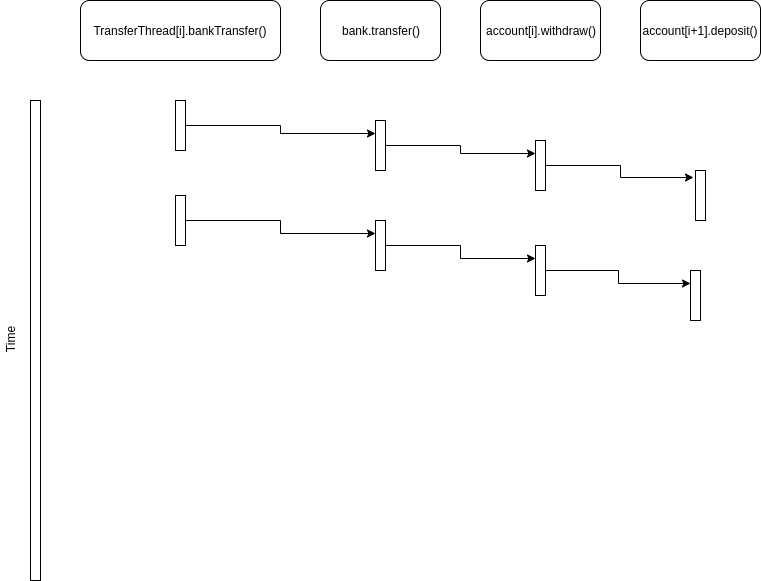
Above: Task_1.png in ChristopherBilg/banksim-02-mody-bilger (draw.io), before the change. Source tidied: cells renumbered, new cells last; positions are measured from the earlier drawing's top-left corner, leaving out a move shared by most shapes. Source of this version:
```xml
<mxGraphModel background="#ffffff">
  <root>
    <mxCell id="0" />
    <mxCell id="1" parent="0" />
    <mxCell id="2" value="TransferThread[i].bankTransfer()" style="rounded=1;whiteSpace=wrap;html=1;" parent="1" vertex="1">
      <mxGeometry x="90" width="200" height="60" as="geometry" />
    </mxCell>
    <mxCell id="3" value="bank.transfer()" style="rounded=1;whiteSpace=wrap;html=1;" parent="1" vertex="1">
      <mxGeometry x="330" width="120" height="60" as="geometry" />
    </mxCell>
    <mxCell id="4" value="account[i].withdraw()" style="rounded=1;whiteSpace=wrap;html=1;" parent="1" vertex="1">
      <mxGeometry x="490" width="120" height="60" as="geometry" />
    </mxCell>
    <mxCell id="5" style="rounded=0;whiteSpace=wrap;html=1;" parent="1" vertex="1">
      <mxGeometry x="40" y="100" width="10" height="480" as="geometry" />
    </mxCell>
    <mxCell id="6" value="Time" style="text;html=1;strokeColor=none;fillColor=none;align=center;verticalAlign=middle;whiteSpace=wrap;rounded=0;rotation=-90;" parent="1" vertex="1">
      <mxGeometry y="330" width="40" height="20" as="geometry" />
    </mxCell>
    <mxCell id="7" value="account[i+1].deposit()" style="rounded=1;whiteSpace=wrap;html=1;" parent="1" vertex="1">
      <mxGeometry x="650" width="120" height="60" as="geometry" />
    </mxCell>
    <mxCell id="8" style="edgeStyle=orthogonalEdgeStyle;rounded=0;jettySize=auto;html=1;exitX=1;exitY=0.5;exitDx=0;exitDy=0;entryX=0;entryY=0.25;entryDx=0;entryDy=0;" parent="1" edge="1" source="9" target="11">
      <mxGeometry relative="1" as="geometry" />
    </mxCell>
    <mxCell id="9" style="rounded=0;whiteSpace=wrap;html=1;" parent="1" vertex="1">
      <mxGeometry x="185" y="100" width="10" height="50" as="geometry" />
    </mxCell>
    <mxCell id="10" style="edgeStyle=orthogonalEdgeStyle;rounded=0;jettySize=auto;html=1;exitX=1;exitY=0.5;exitDx=0;exitDy=0;entryX=0;entryY=0.25;entryDx=0;entryDy=0;" parent="1" edge="1" source="11" target="13">
      <mxGeometry relative="1" as="geometry" />
    </mxCell>
    <mxCell id="11" style="rounded=0;whiteSpace=wrap;html=1;" parent="1" vertex="1">
      <mxGeometry x="385" y="120" width="10" height="50" as="geometry" />
    </mxCell>
    <mxCell id="12" style="edgeStyle=orthogonalEdgeStyle;rounded=0;jettySize=auto;html=1;exitX=1;exitY=0.5;exitDx=0;exitDy=0;entryX=-0.2;entryY=0.14;entryDx=0;entryDy=0;entryPerimeter=0;" parent="1" edge="1" source="13" target="14">
      <mxGeometry relative="1" as="geometry" />
    </mxCell>
    <mxCell id="13" style="rounded=0;whiteSpace=wrap;html=1;" parent="1" vertex="1">
      <mxGeometry x="545" y="140" width="10" height="50" as="geometry" />
    </mxCell>
    <mxCell id="14" style="rounded=0;whiteSpace=wrap;html=1;" parent="1" vertex="1">
      <mxGeometry x="705" y="170" width="10" height="50" as="geometry" />
    </mxCell>
    <mxCell id="15" style="edgeStyle=orthogonalEdgeStyle;rounded=0;jettySize=auto;html=1;exitX=1;exitY=0.5;exitDx=0;exitDy=0;entryX=0;entryY=0.25;entryDx=0;entryDy=0;" parent="1" edge="1" source="16" target="18">
      <mxGeometry relative="1" as="geometry" />
    </mxCell>
    <mxCell id="16" style="rounded=0;whiteSpace=wrap;html=1;" parent="1" vertex="1">
      <mxGeometry x="185" y="195" width="10" height="50" as="geometry" />
    </mxCell>
    <mxCell id="17" style="edgeStyle=orthogonalEdgeStyle;rounded=0;jettySize=auto;html=1;exitX=1;exitY=0.5;exitDx=0;exitDy=0;entryX=0;entryY=0.25;entryDx=0;entryDy=0;" parent="1" edge="1" source="18" target="20">
      <mxGeometry relative="1" as="geometry" />
    </mxCell>
    <mxCell id="18" style="rounded=0;whiteSpace=wrap;html=1;" parent="1" vertex="1">
      <mxGeometry x="385" y="220" width="10" height="50" as="geometry" />
    </mxCell>
    <mxCell id="19" style="edgeStyle=orthogonalEdgeStyle;rounded=0;jettySize=auto;html=1;exitX=1;exitY=0.5;exitDx=0;exitDy=0;entryX=0;entryY=0.25;entryDx=0;entryDy=0;" parent="1" edge="1" source="20" target="21">
      <mxGeometry relative="1" as="geometry" />
    </mxCell>
    <mxCell id="20" style="rounded=0;whiteSpace=wrap;html=1;" parent="1" vertex="1">
      <mxGeometry x="545" y="245" width="10" height="50" as="geometry" />
    </mxCell>
    <mxCell id="21" style="rounded=0;whiteSpace=wrap;html=1;" parent="1" vertex="1">
      <mxGeometry x="700" y="270" width="10" height="50" as="geometry" />
    </mxCell>
  </root>
</mxGraphModel>
```
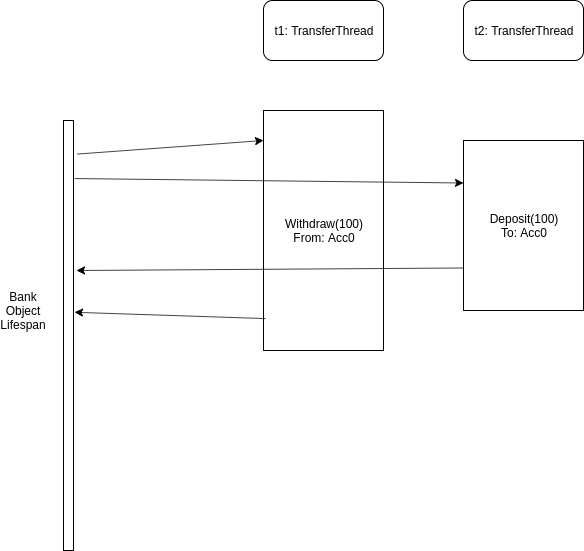
Above is the later version.

The edit, as a diff of the source:
```diff
@@ -1,66 +1,38 @@
-<mxGraphModel background="#ffffff">
+<mxGraphModel>
   <root>
     <mxCell id="0" />
     <mxCell id="1" parent="0" />
-    <mxCell id="2" value="TransferThread[i].bankTransfer()" style="rounded=1;whiteSpace=wrap;html=1;" parent="1" vertex="1">
-      <mxGeometry x="90" width="200" height="60" as="geometry" />
+    <mxCell id="2" value="t1: TransferThread" style="rounded=1;whiteSpace=wrap;html=1;" parent="1" vertex="1">
+      <mxGeometry x="50" y="30" width="120" height="60" as="geometry" />
     </mxCell>
-    <mxCell id="3" value="bank.transfer()" style="rounded=1;whiteSpace=wrap;html=1;" parent="1" vertex="1">
-      <mxGeometry x="330" width="120" height="60" as="geometry" />
+    <mxCell id="3" value="t2: TransferThread" style="rounded=1;whiteSpace=wrap;html=1;" parent="1" vertex="1">
+      <mxGeometry x="250" y="30" width="120" height="60" as="geometry" />
     </mxCell>
-    <mxCell id="4" value="account[i].withdraw()" style="rounded=1;whiteSpace=wrap;html=1;" parent="1" vertex="1">
-      <mxGeometry x="490" width="120" height="60" as="geometry" />
+    <mxCell id="4" style="rounded=0;whiteSpace=wrap;html=1;" parent="1" vertex="1">
+      <mxGeometry x="-150" y="150" width="10" height="430" as="geometry" />
     </mxCell>
-    <mxCell id="5" style="rounded=0;whiteSpace=wrap;html=1;" parent="1" vertex="1">
-      <mxGeometry x="40" y="100" width="10" height="480" as="geometry" />
+    <mxCell id="5" value="Bank Object Lifespan" style="text;html=1;strokeColor=none;fillColor=none;align=center;verticalAlign=middle;whiteSpace=wrap;rounded=0;" parent="1" vertex="1">
+      <mxGeometry x="-210" y="330" width="40" height="20" as="geometry" />
     </mxCell>
-    <mxCell id="6" value="Time" style="text;html=1;strokeColor=none;fillColor=none;align=center;verticalAlign=middle;whiteSpace=wrap;rounded=0;rotation=-90;" parent="1" vertex="1">
-      <mxGeometry y="330" width="40" height="20" as="geometry" />
+    <mxCell id="6" value="Withdraw(100)&lt;br&gt;From: Acc0" style="rounded=0;whiteSpace=wrap;html=1;" parent="1" vertex="1">
+      <mxGeometry x="50" y="140" width="120" height="240" as="geometry" />
     </mxCell>
-    <mxCell id="7" value="account[i+1].deposit()" style="rounded=1;whiteSpace=wrap;html=1;" parent="1" vertex="1">
-      <mxGeometry x="650" width="120" height="60" as="geometry" />
+    <mxCell id="7" value="Deposit(100)&lt;br&gt;To: Acc0" style="rounded=0;whiteSpace=wrap;html=1;" parent="1" vertex="1">
+      <mxGeometry x="250" y="170" width="120" height="170" as="geometry" />
     </mxCell>
-    <mxCell id="8" style="edgeStyle=orthogonalEdgeStyle;rounded=0;jettySize=auto;html=1;exitX=1;exitY=0.5;exitDx=0;exitDy=0;entryX=0;entryY=0.25;entryDx=0;entryDy=0;" parent="1" edge="1" source="9" target="11">
+    <mxCell id="8" style="endArrow=classic;html=1;exitX=1.4;exitY=0.078;exitDx=0;exitDy=0;exitPerimeter=0;entryX=0;entryY=0.125;entryDx=0;entryDy=0;entryPerimeter=0;" parent="1" edge="1" source="4" target="6">
       <mxGeometry relative="1" as="geometry" />
     </mxCell>
-    <mxCell id="9" style="rounded=0;whiteSpace=wrap;html=1;" parent="1" vertex="1">
-      <mxGeometry x="185" y="100" width="10" height="50" as="geometry" />
+    <mxCell id="9" style="endArrow=classic;html=1;exitX=0.017;exitY=0.867;exitDx=0;exitDy=0;entryX=1.1;entryY=0.446;entryDx=0;entryDy=0;entryPerimeter=0;exitPerimeter=0;" parent="1" edge="1" source="6" target="4">
+      <mxGeometry relative="1" as="geometry" />
     </mxCell>
-    <mxCell id="10" style="edgeStyle=orthogonalEdgeStyle;rounded=0;jettySize=auto;html=1;exitX=1;exitY=0.5;exitDx=0;exitDy=0;entryX=0;entryY=0.25;entryDx=0;entryDy=0;" parent="1" edge="1" source="11" target="13">
+    <mxCell id="10" style="endArrow=classic;html=1;exitX=1.1;exitY=0.135;exitDx=0;exitDy=0;exitPerimeter=0;entryX=0;entryY=0.25;entryDx=0;entryDy=0;" parent="1" edge="1" source="4" target="7">
       <mxGeometry relative="1" as="geometry" />
     </mxCell>
-    <mxCell id="11" style="rounded=0;whiteSpace=wrap;html=1;" parent="1" vertex="1">
-      <mxGeometry x="385" y="120" width="10" height="50" as="geometry" />
+    <mxCell id="11" style="endArrow=classic;html=1;exitX=0;exitY=0.75;exitDx=0;exitDy=0;" parent="1" edge="1" source="7">
+      <mxGeometry relative="1" as="geometry">
+        <mxPoint x="-137" y="300" as="targetPoint" />
+      </mxGeometry>
     </mxCell>
-    <mxCell id="12" style="edgeStyle=orthogonalEdgeStyle;rounded=0;jettySize=auto;html=1;exitX=1;exitY=0.5;exitDx=0;exitDy=0;entryX=-0.2;entryY=0.14;entryDx=0;entryDy=0;entryPerimeter=0;" parent="1" edge="1" source="13" target="14">
-      <mxGeometry relative="1" as="geometry" />
-    </mxCell>
-    <mxCell id="13" style="rounded=0;whiteSpace=wrap;html=1;" parent="1" vertex="1">
-      <mxGeometry x="545" y="140" width="10" height="50" as="geometry" />
-    </mxCell>
-    <mxCell id="14" style="rounded=0;whiteSpace=wrap;html=1;" parent="1" vertex="1">
-      <mxGeometry x="705" y="170" width="10" height="50" as="geometry" />
-    </mxCell>
-    <mxCell id="15" style="edgeStyle=orthogonalEdgeStyle;rounded=0;jettySize=auto;html=1;exitX=1;exitY=0.5;exitDx=0;exitDy=0;entryX=0;entryY=0.25;entryDx=0;entryDy=0;" parent="1" edge="1" source="16" target="18">
-      <mxGeometry relative="1" as="geometry" />
-    </mxCell>
-    <mxCell id="16" style="rounded=0;whiteSpace=wrap;html=1;" parent="1" vertex="1">
-      <mxGeometry x="185" y="195" width="10" height="50" as="geometry" />
-    </mxCell>
-    <mxCell id="17" style="edgeStyle=orthogonalEdgeStyle;rounded=0;jettySize=auto;html=1;exitX=1;exitY=0.5;exitDx=0;exitDy=0;entryX=0;entryY=0.25;entryDx=0;entryDy=0;" parent="1" edge="1" source="18" target="20">
-      <mxGeometry relative="1" as="geometry" />
-    </mxCell>
-    <mxCell id="18" style="rounded=0;whiteSpace=wrap;html=1;" parent="1" vertex="1">
-      <mxGeometry x="385" y="220" width="10" height="50" as="geometry" />
-    </mxCell>
-    <mxCell id="19" style="edgeStyle=orthogonalEdgeStyle;rounded=0;jettySize=auto;html=1;exitX=1;exitY=0.5;exitDx=0;exitDy=0;entryX=0;entryY=0.25;entryDx=0;entryDy=0;" parent="1" edge="1" source="20" target="21">
-      <mxGeometry relative="1" as="geometry" />
-    </mxCell>
-    <mxCell id="20" style="rounded=0;whiteSpace=wrap;html=1;" parent="1" vertex="1">
-      <mxGeometry x="545" y="245" width="10" height="50" as="geometry" />
-    </mxCell>
-    <mxCell id="21" style="rounded=0;whiteSpace=wrap;html=1;" parent="1" vertex="1">
-      <mxGeometry x="700" y="270" width="10" height="50" as="geometry" />
-    </mxCell>
   </root>
 </mxGraphModel>
```
